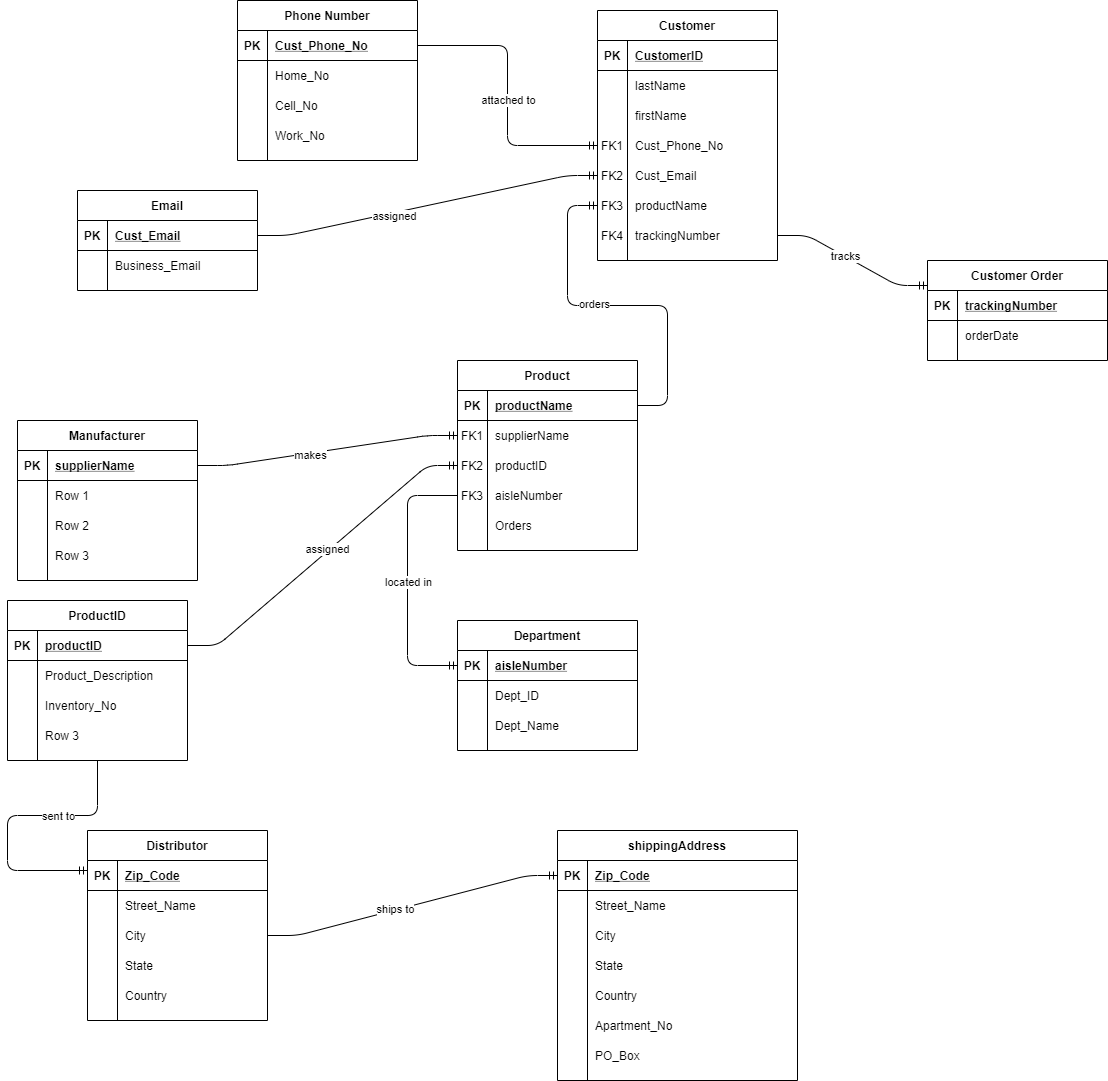
tylerbward/CIS-326-Group-Project keeps this draw.io diagram as erd.png. Above is the earlier version. Source tidied: cells renumbered, new cells last; positions are measured from the earlier drawing's top-left corner, leaving out a move shared by most shapes.
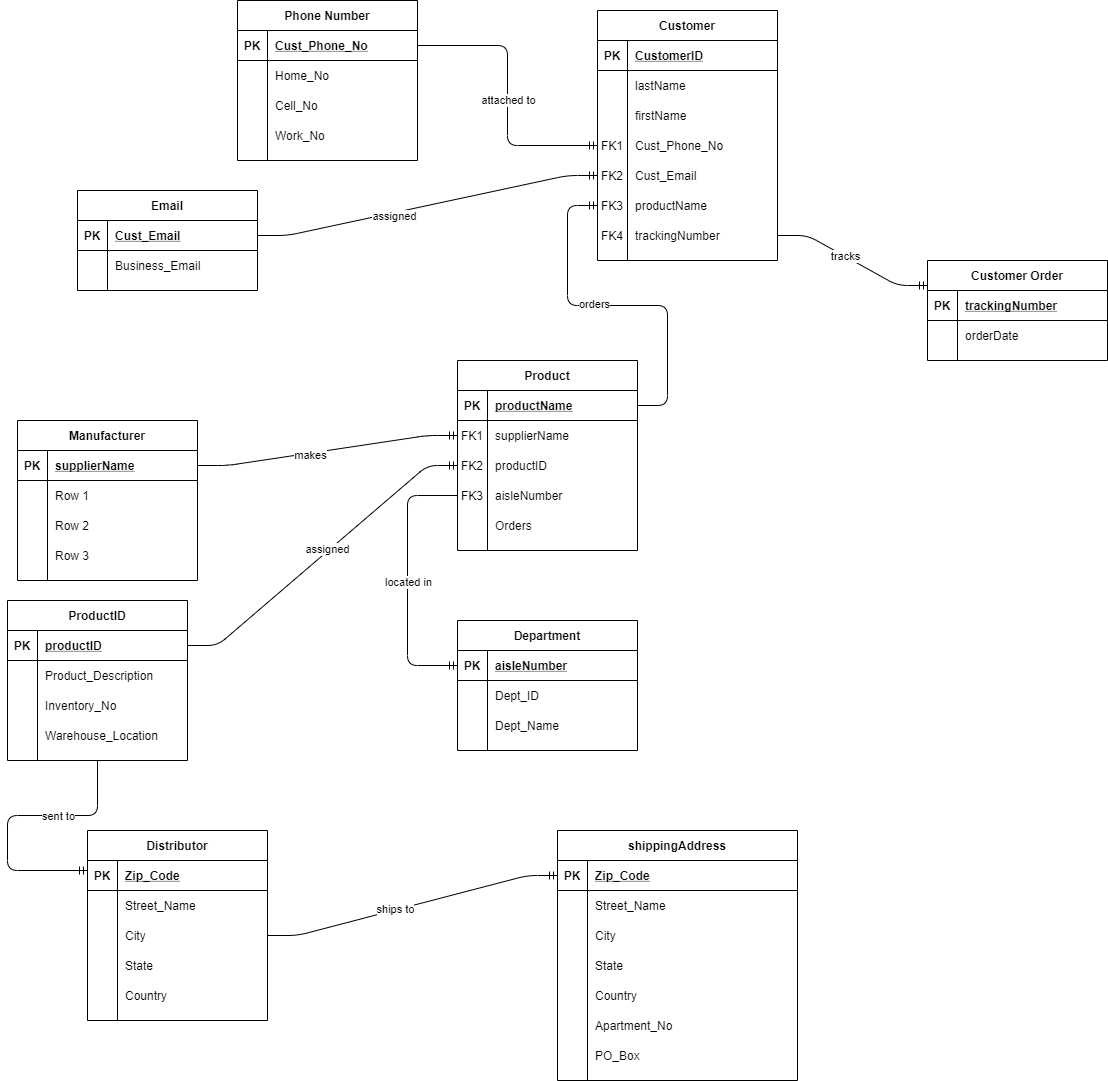
Above is the later version.

Diff of the diagram source:
```diff
@@ -260,7 +260,7 @@
     <mxCell id="80" style="shape=partialRectangle;fillColor=none;top=0;left=0;bottom=0;right=0;overflow=hidden;" parent="79" vertex="1">
       <mxGeometry width="30" height="30" as="geometry" />
     </mxCell>
-    <mxCell id="81" value="Row 3" style="shape=partialRectangle;fillColor=none;top=0;left=0;bottom=0;right=0;align=left;spacingLeft=6;overflow=hidden;" parent="79" vertex="1">
+    <mxCell id="81" value="Warehouse_Location" style="shape=partialRectangle;fillColor=none;top=0;left=0;bottom=0;right=0;align=left;spacingLeft=6;overflow=hidden;" parent="79" vertex="1">
       <mxGeometry x="30" width="150" height="30" as="geometry" />
     </mxCell>
     <mxCell id="82" value="Distributor" style="shape=table;startSize=30;rowLines=0;fontStyle=1;align=center;" parent="1" vertex="1">
```
